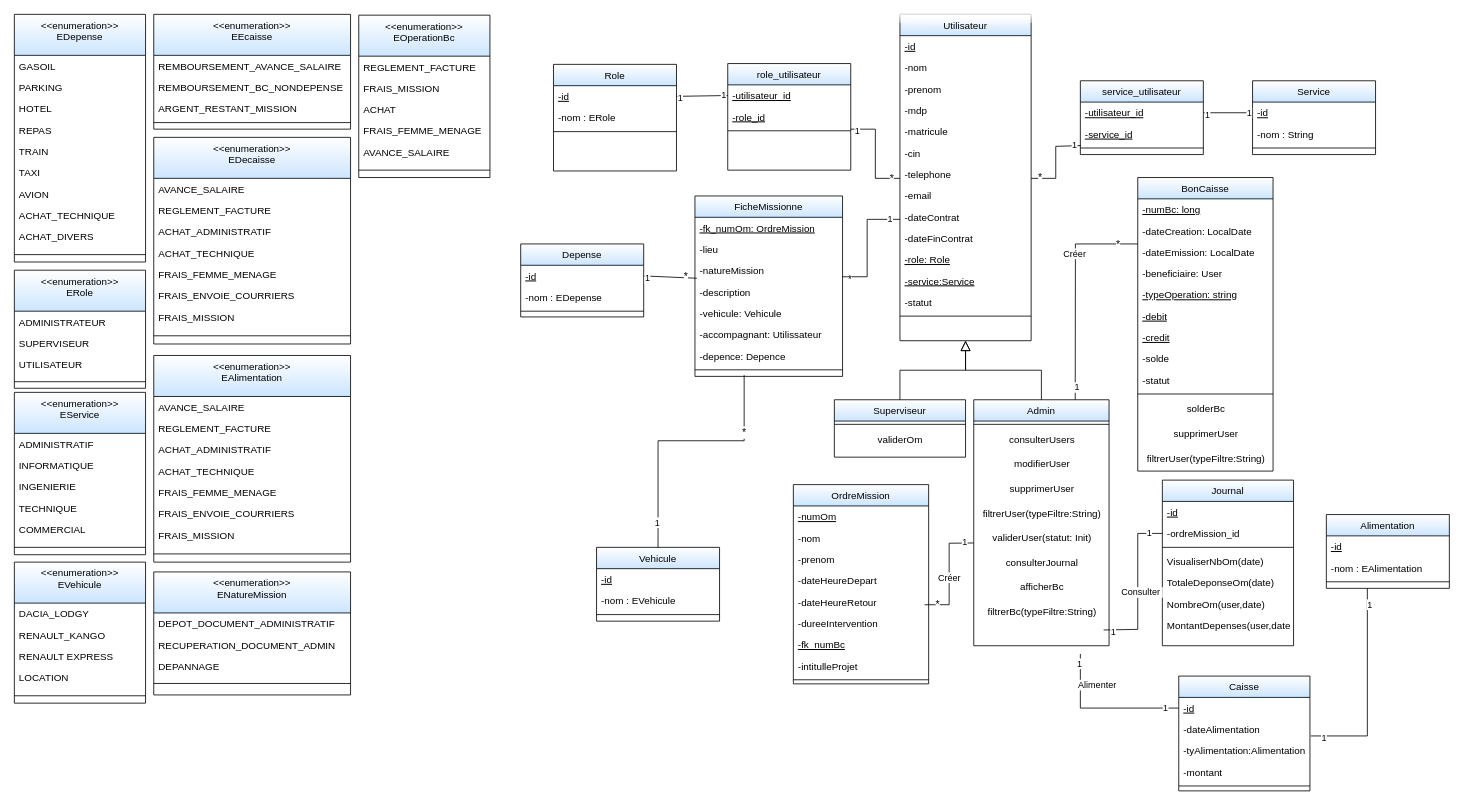
BARIGOU-Imane/Gestion-des-Ordres-de-Mission keeps this draw.io diagram as ClassDiagram.drawio. Above is the earlier version. Source tidied: cells renumbered, new cells numbered last; positions are measured from the earlier drawing's top-left corner, leaving out a move shared by most shapes. Both pictures are drawn from the tidied source at 82%, with x=0, y=0 at pixel (14, 14).
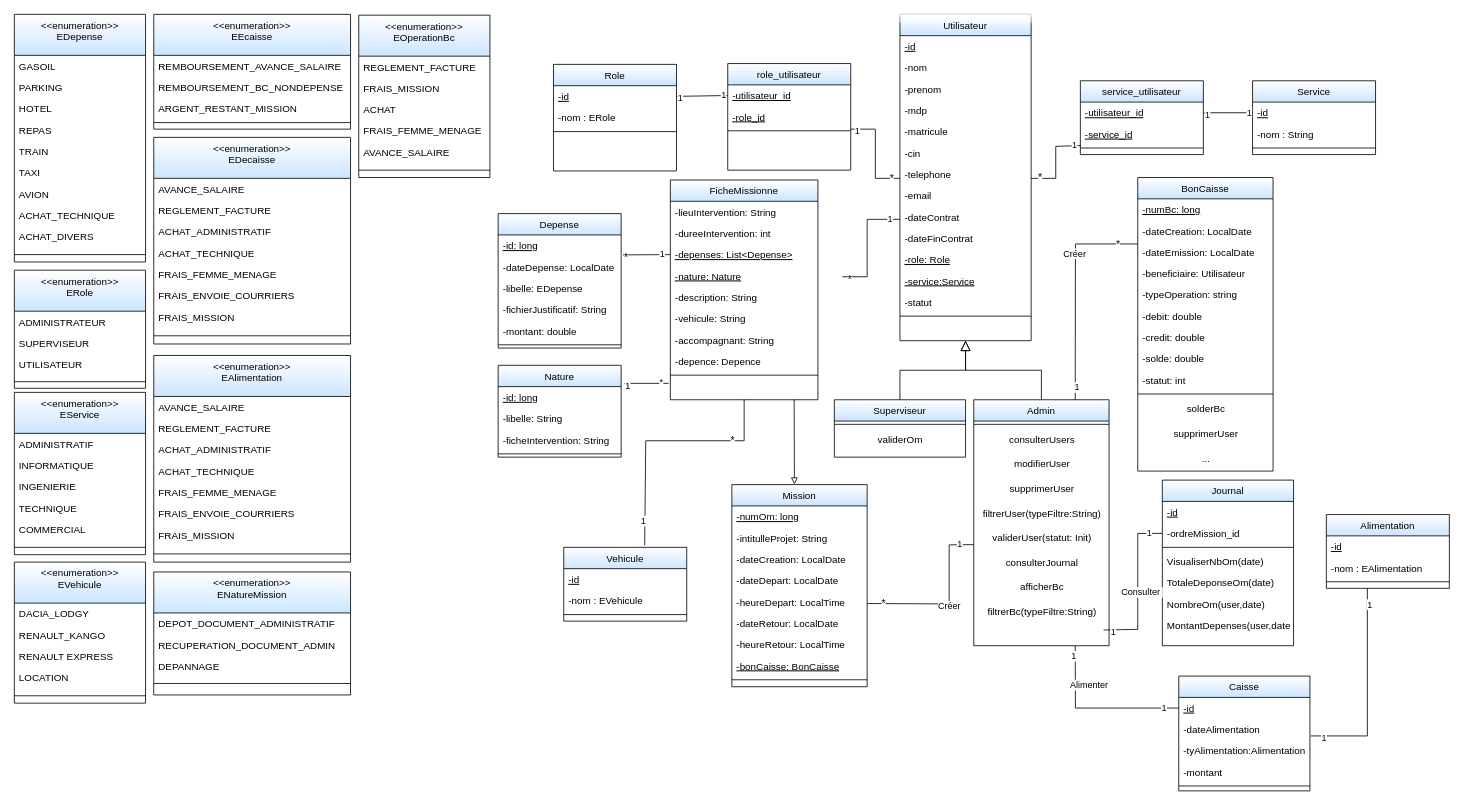
The same page after the edit.

Commit message (it also covers changes not shown here):
Mettre à jour ClassDiagram.drawio

Unchanged cells that the change refers to:
```xml
<mxCell id="22" value="Admin" style="swimlane;fontStyle=0;align=center;verticalAlign=top;horizontal=1;startSize=26;rounded=0;shadow=0;strokeWidth=1;gradientColor=#CCE5FF;" parent="1" vertex="1">
  <mxGeometry x="1170" y="470" width="165" height="300" as="geometry" />
</mxCell>
<mxCell id="28" value="validerUser(statut: Init)" style="text;html=1;align=center;verticalAlign=middle;points=[];strokeColor=none;fillColor=none;" parent="22" vertex="1">
  <mxGeometry y="154" width="165" height="30" as="geometry" />
</mxCell>
<mxCell id="85" value="BonCaisse" style="swimlane;fontStyle=0;align=center;verticalAlign=top;horizontal=1;startSize=26;rounded=0;shadow=0;strokeWidth=1;gradientColor=#CCE5FF;" parent="1" vertex="1">
  <mxGeometry x="1370" y="199" width="165" height="358" as="geometry" />
</mxCell>
<mxCell id="139" value="-id" style="text;align=left;verticalAlign=top;spacingLeft=4;spacingRight=4;overflow=hidden;points=[[0,0.5],[1,0.5]];portConstraint=eastwest;rounded=0;shadow=0;html=0;fontStyle=4;" parent="138" vertex="1">
  <mxGeometry y="26" width="160" height="26" as="geometry" />
</mxCell>
```

Change to the diagram source:
```diff
@@
-    <mxCell id="89" value="-beneficiaire: User" style="text;align=left;verticalAlign=top;spacingLeft=4;spacingRight=4;overflow=hidden;" parent="85" vertex="1">
+    <mxCell id="89" value="-beneficiaire: Utilisateur" style="text;align=left;verticalAlign=top;spacingLeft=4;spacingRight=4;overflow=hidden;" parent="85" vertex="1">
       <mxGeometry y="104" width="165" height="26" as="geometry" />
     </mxCell>
-    <mxCell id="90" value="-typeOperation: string" style="text;align=left;verticalAlign=top;spacingLeft=4;spacingRight=4;overflow=hidden;fontStyle=4;" parent="85" vertex="1">
+    <mxCell id="90" value="-typeOperation: string" style="text;align=left;verticalAlign=top;spacingLeft=4;spacingRight=4;overflow=hidden;fontStyle=0;" parent="85" vertex="1">
       <mxGeometry y="130" width="165" height="26" as="geometry" />
     </mxCell>
-    <mxCell id="91" value="-debit" style="text;align=left;verticalAlign=top;spacingLeft=4;spacingRight=4;overflow=hidden;fontStyle=4;" parent="85" vertex="1">
+    <mxCell id="91" value="-debit: double" style="text;align=left;verticalAlign=top;spacingLeft=4;spacingRight=4;overflow=hidden;fontStyle=0;" parent="85" vertex="1">
       <mxGeometry y="156" width="165" height="26" as="geometry" />
     </mxCell>
-    <mxCell id="92" value="-credit" style="text;align=left;verticalAlign=top;spacingLeft=4;spacingRight=4;overflow=hidden;fontStyle=4;" parent="85" vertex="1">
+    <mxCell id="92" value="-credit: double" style="text;align=left;verticalAlign=top;spacingLeft=4;spacingRight=4;overflow=hidden;fontStyle=0;" parent="85" vertex="1">
       <mxGeometry y="182" width="165" height="26" as="geometry" />
     </mxCell>
-    <mxCell id="93" value="-solde" style="text;align=left;verticalAlign=top;spacingLeft=4;spacingRight=4;overflow=hidden;" parent="85" vertex="1">
+    <mxCell id="93" value="-solde: double" style="text;align=left;verticalAlign=top;spacingLeft=4;spacingRight=4;overflow=hidden;" parent="85" vertex="1">
       <mxGeometry y="208" width="165" height="26" as="geometry" />
     </mxCell>
-    <mxCell id="94" value="-statut" style="text;align=left;verticalAlign=top;spacingLeft=4;spacingRight=4;overflow=hidden;" parent="85" vertex="1">
+    <mxCell id="94" value="-statut: int" style="text;align=left;verticalAlign=top;spacingLeft=4;spacingRight=4;overflow=hidden;" parent="85" vertex="1">
       <mxGeometry y="234" width="165" height="26" as="geometry" />
     </mxCell>
@@
-    <mxCell id="98" value="filtrerUser(typeFiltre:String)" style="text;html=1;align=center;verticalAlign=middle;strokeColor=none;fillColor=none;" parent="85" vertex="1">
+    <mxCell id="98" value="..." style="text;html=1;align=center;verticalAlign=middle;strokeColor=none;fillColor=none;" parent="85" vertex="1">
       <mxGeometry y="328" width="165" height="30" as="geometry" />
     </mxCell>
@@
-    <mxCell id="124" value="OrdreMission" style="swimlane;fontStyle=0;align=center;verticalAlign=top;horizontal=1;startSize=26;rounded=0;shadow=0;strokeWidth=1;gradientColor=#CCE5FF;" parent="1" vertex="1">
-      <mxGeometry x="950" y="573.5" width="165" height="243" as="geometry" />
+    <mxCell id="124" value="Mission" style="swimlane;fontStyle=0;align=center;verticalAlign=top;horizontal=1;startSize=26;rounded=0;shadow=0;strokeWidth=1;gradientColor=#CCE5FF;" parent="1" vertex="1">
+      <mxGeometry x="875" y="573.5" width="165" height="246.5" as="geometry" />
     </mxCell>
-    <mxCell id="125" value="-numOm" style="text;align=left;verticalAlign=top;spacingLeft=4;spacingRight=4;overflow=hidden;fontStyle=4;" parent="124" vertex="1">
+    <mxCell id="125" value="-numOm: long" style="text;align=left;verticalAlign=top;spacingLeft=4;spacingRight=4;overflow=hidden;fontStyle=4;" parent="124" vertex="1">
       <mxGeometry y="26" width="165" height="26" as="geometry" />
     </mxCell>
-    <mxCell id="126" value="-nom" style="text;align=left;verticalAlign=top;spacingLeft=4;spacingRight=4;overflow=hidden;" parent="124" vertex="1">
+    <mxCell id="126" value="-intitulleProjet: String" style="text;align=left;verticalAlign=top;spacingLeft=4;spacingRight=4;overflow=hidden;" parent="124" vertex="1">
       <mxGeometry y="52" width="165" height="26" as="geometry" />
     </mxCell>
-    <mxCell id="127" value="-prenom" style="text;align=left;verticalAlign=top;spacingLeft=4;spacingRight=4;overflow=hidden;" parent="124" vertex="1">
-      <mxGeometry y="78" width="165" height="26" as="geometry" />
-    </mxCell>
+    <mxCell id="212" value="-dateCreation: LocalDate" style="text;align=left;verticalAlign=top;spacingLeft=4;spacingRight=4;overflow=hidden;fontStyle=0;" parent="124" vertex="1">
+      <mxGeometry y="78" width="165" height="26" as="geometry" />
+    </mxCell>
-    <mxCell id="128" value="-dateHeureDepart" style="text;align=left;verticalAlign=top;spacingLeft=4;spacingRight=4;overflow=hidden;fontStyle=0;" parent="124" vertex="1">
+    <mxCell id="128" value="-dateDepart: LocalDate" style="text;align=left;verticalAlign=top;spacingLeft=4;spacingRight=4;overflow=hidden;fontStyle=0;" parent="124" vertex="1">
       <mxGeometry y="104" width="165" height="26" as="geometry" />
     </mxCell>
+    <mxCell id="213" value="-heureDepart: LocalTime" style="text;align=left;verticalAlign=top;spacingLeft=4;spacingRight=4;overflow=hidden;fontStyle=0;" parent="124" vertex="1">
+      <mxGeometry y="130" width="165" height="26" as="geometry" />
+    </mxCell>
-    <mxCell id="129" value="-dateHeureRetour" style="text;align=left;verticalAlign=top;spacingLeft=4;spacingRight=4;overflow=hidden;fontStyle=0;" parent="124" vertex="1">
-      <mxGeometry y="130" width="165" height="26" as="geometry" />
+    <mxCell id="129" value="-dateRetour: LocalDate" style="text;align=left;verticalAlign=top;spacingLeft=4;spacingRight=4;overflow=hidden;fontStyle=0;" parent="124" vertex="1">
+      <mxGeometry y="156" width="165" height="26" as="geometry" />
     </mxCell>
-    <mxCell id="130" value="-dureeIntervention" style="text;align=left;verticalAlign=top;spacingLeft=4;spacingRight=4;overflow=hidden;fontStyle=0;" parent="124" vertex="1">
-      <mxGeometry y="156" width="165" height="26" as="geometry" />
-    </mxCell>
+    <mxCell id="214" value="-heureRetour: LocalTime" style="text;align=left;verticalAlign=top;spacingLeft=4;spacingRight=4;overflow=hidden;fontStyle=0;" parent="124" vertex="1">
+      <mxGeometry y="182" width="165" height="26" as="geometry" />
+    </mxCell>
-    <mxCell id="131" value="-fk_numBc" style="text;align=left;verticalAlign=top;spacingLeft=4;spacingRight=4;overflow=hidden;fontStyle=4;" parent="124" vertex="1">
-      <mxGeometry y="182" width="165" height="26" as="geometry" />
+    <mxCell id="131" value="-bonCaisse: BonCaisse" style="text;align=left;verticalAlign=top;spacingLeft=4;spacingRight=4;overflow=hidden;fontStyle=4;" parent="124" vertex="1">
+      <mxGeometry y="208" width="165" height="26" as="geometry" />
     </mxCell>
-    <mxCell id="132" value="-intitulleProjet" style="text;align=left;verticalAlign=top;spacingLeft=4;spacingRight=4;overflow=hidden;fontStyle=0;" parent="124" vertex="1">
-      <mxGeometry y="208" width="165" height="26" as="geometry" />
-    </mxCell>
@@
-    <mxCell id="134" style="endArrow=none;html=1;rounded=0;entryX=-0.002;entryY=0.689;entryDx=0;entryDy=0;entryPerimeter=0;" parent="1" edge="1" target="28">
+    <mxCell id="134" style="endArrow=none;html=1;rounded=0;entryX=-0.002;entryY=0.689;entryDx=0;entryDy=0;entryPerimeter=0;exitX=1;exitY=0.5;exitDx=0;exitDy=0;" parent="1" edge="1">
       <mxGeometry relative="1" as="geometry">
-        <mxPoint x="1110" y="720" as="sourcePoint" />
+        <mxPoint x="1040" y="718.5" as="sourcePoint" />
+        <mxPoint x="1169.7" y="646.7" as="targetPoint" />
         <Array as="points">
-          <mxPoint x="1140" y="720" />
-          <mxPoint x="1140" y="645" />
+          <mxPoint x="1140" y="719" />
+          <mxPoint x="1140" y="647" />
         </Array>
       </mxGeometry>
     </mxCell>
@@
-    <mxCell id="144" style="endArrow=none;html=1;rounded=0;entryX=0;entryY=0.5;entryDx=0;entryDy=0;" parent="1" edge="1" target="139">
+    <mxCell id="144" style="endArrow=none;html=1;rounded=0;entryX=0;entryY=0.5;entryDx=0;entryDy=0;exitX=0.75;exitY=1;exitDx=0;exitDy=0;" parent="1" edge="1" source="22" target="139">
       <mxGeometry relative="1" as="geometry">
-        <mxPoint x="1300" y="780" as="sourcePoint" />
         <Array as="points">
-          <mxPoint x="1300" y="846" />
+          <mxPoint x="1294" y="846" />
         </Array>
       </mxGeometry>
     </mxCell>
@@
     <mxCell id="164" value="FicheMissionne" style="swimlane;fontStyle=0;align=center;verticalAlign=top;horizontal=1;startSize=26;rounded=0;shadow=0;strokeWidth=1;gradientColor=#CCE5FF;" parent="1" vertex="1">
-      <mxGeometry x="830" y="221.5" width="180" height="220" as="geometry" />
+      <mxGeometry x="800" y="202" width="180" height="268" as="geometry" />
     </mxCell>
-    <mxCell id="165" value="-fk_numOm: OrdreMission" style="text;align=left;verticalAlign=top;spacingLeft=4;spacingRight=4;overflow=hidden;fontStyle=4;" parent="164" vertex="1">
-      <mxGeometry y="26" width="180" height="26" as="geometry" />
-    </mxCell>
-    <mxCell id="166" value="-lieu" style="text;align=left;verticalAlign=top;spacingLeft=4;spacingRight=4;overflow=hidden;" parent="164" vertex="1">
-      <mxGeometry y="52" width="180" height="26" as="geometry" />
-    </mxCell>
-    <mxCell id="167" value="-natureMission" style="text;align=left;verticalAlign=top;spacingLeft=4;spacingRight=4;overflow=hidden;" parent="164" vertex="1">
-      <mxGeometry y="78" width="180" height="26" as="geometry" />
-    </mxCell>
+    <mxCell id="215" value="-lieuIntervention: String" style="text;align=left;verticalAlign=top;spacingLeft=4;spacingRight=4;overflow=hidden;fontStyle=0;" parent="164" vertex="1">
+      <mxGeometry y="26" width="180" height="26" as="geometry" />
+    </mxCell>
+    <mxCell id="216" value="-dureeIntervention: int" style="text;align=left;verticalAlign=top;spacingLeft=4;spacingRight=4;overflow=hidden;fontStyle=0;" parent="164" vertex="1">
+      <mxGeometry y="52" width="180" height="26" as="geometry" />
+    </mxCell>
+    <mxCell id="217" value="-depenses: List&lt;Depense&gt;" style="text;align=left;verticalAlign=top;spacingLeft=4;spacingRight=4;overflow=hidden;points=[[0,0.5],[1,0.5]];portConstraint=eastwest;fontStyle=4;" parent="164" vertex="1">
+      <mxGeometry y="78" width="180" height="26" as="geometry" />
+    </mxCell>
+    <mxCell id="218" value="-nature: Nature" style="text;align=left;verticalAlign=top;spacingLeft=4;spacingRight=4;overflow=hidden;fontStyle=4;" parent="164" vertex="1">
+      <mxGeometry y="104" width="180" height="26" as="geometry" />
+    </mxCell>
-    <mxCell id="168" value="-description" style="text;align=left;verticalAlign=top;spacingLeft=4;spacingRight=4;overflow=hidden;points=[[0,0.5],[1,0.5]];portConstraint=eastwest;fontStyle=0;" parent="164" vertex="1">
-      <mxGeometry y="104" width="180" height="26" as="geometry" />
+    <mxCell id="168" value="-description: String" style="text;align=left;verticalAlign=top;spacingLeft=4;spacingRight=4;overflow=hidden;points=[[0,0.5],[1,0.5]];portConstraint=eastwest;fontStyle=0;" parent="164" vertex="1">
+      <mxGeometry y="130" width="180" height="26" as="geometry" />
     </mxCell>
-    <mxCell id="169" value="-vehicule: Vehicule" style="text;align=left;verticalAlign=top;spacingLeft=4;spacingRight=4;overflow=hidden;fontStyle=0;" parent="164" vertex="1">
-      <mxGeometry y="130" width="180" height="26" as="geometry" />
+    <mxCell id="169" value="-vehicule: String" style="text;align=left;verticalAlign=top;spacingLeft=4;spacingRight=4;overflow=hidden;fontStyle=0;" parent="164" vertex="1">
+      <mxGeometry y="156" width="180" height="26" as="geometry" />
     </mxCell>
-    <mxCell id="170" value="-accompagnant: Utilissateur" style="text;align=left;verticalAlign=top;spacingLeft=4;spacingRight=4;overflow=hidden;fontStyle=0;" parent="164" vertex="1">
-      <mxGeometry y="156" width="180" height="26" as="geometry" />
+    <mxCell id="170" value="-accompagnant: String" style="text;align=left;verticalAlign=top;spacingLeft=4;spacingRight=4;overflow=hidden;fontStyle=0;" parent="164" vertex="1">
+      <mxGeometry y="182" width="180" height="26" as="geometry" />
     </mxCell>
     <mxCell id="171" value="-depence: Depence" style="text;align=left;verticalAlign=top;spacingLeft=4;spacingRight=4;overflow=hidden;fontStyle=0;" parent="164" vertex="1">
-      <mxGeometry y="182" width="180" height="26" as="geometry" />
+      <mxGeometry y="208" width="180" height="26" as="geometry" />
     </mxCell>
     <mxCell id="172" style="line;html=1;strokeWidth=1;align=left;verticalAlign=middle;spacingTop=-1;spacingLeft=3;spacingRight=3;labelPosition=right;" parent="164" vertex="1">
-      <mxGeometry y="208" width="180" height="8" as="geometry" />
+      <mxGeometry y="234" width="180" height="8" as="geometry" />
     </mxCell>
     <mxCell id="173" value="Vehicule" style="swimlane;fontStyle=0;align=center;verticalAlign=top;horizontal=1;startSize=26;rounded=0;shadow=0;strokeWidth=1;gradientColor=#CCE5FF;" parent="1" vertex="1">
-      <mxGeometry x="710" y="650" width="150" height="90" as="geometry" />
+      <mxGeometry x="670" y="650" width="150" height="90" as="geometry" />
     </mxCell>
@@
-    <mxCell id="177" style="endArrow=none;html=1;rounded=0;entryX=0.5;entryY=0;entryDx=0;entryDy=0;" parent="1" edge="1" target="173">
+    <mxCell id="177" style="endArrow=none;html=1;rounded=0;entryX=0.658;entryY=-0.028;entryDx=0;entryDy=0;exitX=0.5;exitY=1;exitDx=0;exitDy=0;entryPerimeter=0;" parent="1" edge="1" source="164" target="173">
       <mxGeometry relative="1" as="geometry">
-        <mxPoint x="890" y="440" as="sourcePoint" />
         <Array as="points">
           <mxPoint x="890" y="520" />
-          <mxPoint x="785" y="520" />
+          <mxPoint x="770" y="520" />
         </Array>
       </mxGeometry>
     </mxCell>
@@
-    <mxCell id="186" value="Depense" style="swimlane;fontStyle=0;align=center;verticalAlign=top;horizontal=1;startSize=26;rounded=0;shadow=0;strokeWidth=1;gradientColor=#CCE5FF;" parent="1" vertex="1">
-      <mxGeometry x="617.5" y="280" width="150" height="89" as="geometry" />
-    </mxCell>
-    <mxCell id="187" value="-id" style="text;align=left;verticalAlign=top;spacingLeft=4;spacingRight=4;overflow=hidden;points=[[0,0.5],[1,0.5]];portConstraint=eastwest;fontStyle=4;" parent="186" vertex="1">
-      <mxGeometry y="26" width="150" height="26" as="geometry" />
-    </mxCell>
-    <mxCell id="188" value="-nom : EDepense" style="text;align=left;verticalAlign=top;spacingLeft=4;spacingRight=4;overflow=hidden;rounded=0;shadow=0;html=0;" parent="186" vertex="1">
-      <mxGeometry y="52" width="150" height="26" as="geometry" />
-    </mxCell>
-    <mxCell id="189" style="line;html=1;strokeWidth=1;align=left;verticalAlign=middle;spacingTop=-1;spacingLeft=3;spacingRight=3;labelPosition=right;" parent="186" vertex="1">
-      <mxGeometry y="78" width="150" height="8" as="geometry" />
-    </mxCell>
-    <mxCell id="190" style="endArrow=none;html=1;rounded=0;exitX=1;exitY=0.5;exitDx=0;exitDy=0;entryX=0.013;entryY=-0.141;entryDx=0;entryDy=0;entryPerimeter=0;" parent="1" edge="1" source="187" target="168">
-      <mxGeometry relative="1" as="geometry" />
-    </mxCell>
-    <mxCell id="191" value="1" style="edgeLabel;html=1;align=center;verticalAlign=middle;" parent="190" vertex="1">
-      <mxGeometry x="-0.88" y="-2" relative="1" as="geometry" />
-    </mxCell>
-    <mxCell id="192" value="&lt;font style=&quot;font-size: 13px;&quot;&gt;*&lt;/font&gt;" style="edgeLabel;html=1;align=center;verticalAlign=middle;" parent="190" vertex="1">
-      <mxGeometry x="0.24" y="2" relative="1" as="geometry">
-        <mxPoint x="11" as="offset" />
-      </mxGeometry>
-    </mxCell>
@@
+    <mxCell id="219" style="edgeStyle=orthogonalEdgeStyle;rounded=0;orthogonalLoop=1;jettySize=auto;html=1;entryX=0.202;entryY=-0.001;entryDx=0;entryDy=0;entryPerimeter=0;endArrow=block;endFill=0;" parent="1" edge="1">
+      <mxGeometry relative="1" as="geometry">
+        <mxPoint x="951" y="470" as="sourcePoint" />
+        <mxPoint x="951.3" y="573.3" as="targetPoint" />
+        <Array as="points">
+          <mxPoint x="951" y="480" />
+          <mxPoint x="951" y="480" />
+        </Array>
+      </mxGeometry>
+    </mxCell>
+    <mxCell id="220" style="endArrow=none;html=1;rounded=0;entryX=0;entryY=0.5;entryDx=0;entryDy=0;exitX=1.015;exitY=-0.063;exitDx=0;exitDy=0;exitPerimeter=0;" parent="1" edge="1" source="223" target="217">
+      <mxGeometry relative="1" as="geometry" />
+    </mxCell>
+    <mxCell id="221" value="*" style="edgeLabel;html=1;align=center;verticalAlign=middle;fontSize=14;" parent="220" vertex="1">
+      <mxGeometry x="-0.88" y="-2" relative="1" as="geometry" />
+    </mxCell>
+    <mxCell id="191" value="1" style="edgeLabel;html=1;align=center;verticalAlign=middle;" parent="220" vertex="1">
+      <mxGeometry x="0.24" y="2" relative="1" as="geometry">
+        <mxPoint x="11" as="offset" />
+      </mxGeometry>
+    </mxCell>
+    <mxCell id="186" value="Depense" style="swimlane;fontStyle=0;align=center;verticalAlign=top;horizontal=1;startSize=26;rounded=0;shadow=0;strokeWidth=1;gradientColor=#CCE5FF;" parent="1" vertex="1">
+      <mxGeometry x="590" y="243" width="150" height="164" as="geometry" />
+    </mxCell>
+    <mxCell id="222" value="-id: long" style="text;align=left;verticalAlign=top;spacingLeft=4;spacingRight=4;overflow=hidden;fontStyle=4;" parent="186" vertex="1">
+      <mxGeometry y="26" width="150" height="26" as="geometry" />
+    </mxCell>
+    <mxCell id="223" value="-dateDepense: LocalDate" style="text;align=left;verticalAlign=top;spacingLeft=4;spacingRight=4;overflow=hidden;points=[[0,0.5],[1,0.5]];portConstraint=eastwest;rounded=0;shadow=0;html=0;" parent="186" vertex="1">
+      <mxGeometry y="52" width="150" height="26" as="geometry" />
+    </mxCell>
+    <mxCell id="224" value="-libelle: EDepense" style="text;align=left;verticalAlign=top;spacingLeft=4;spacingRight=4;overflow=hidden;rounded=0;shadow=0;html=0;" parent="186" vertex="1">
+      <mxGeometry y="78" width="150" height="26" as="geometry" />
+    </mxCell>
+    <mxCell id="225" value="-fichierJustificatif: String" style="text;align=left;verticalAlign=top;spacingLeft=4;spacingRight=4;overflow=hidden;rounded=0;shadow=0;html=0;" parent="186" vertex="1">
+      <mxGeometry y="104" width="150" height="26" as="geometry" />
+    </mxCell>
+    <mxCell id="226" value="-montant: double" style="text;align=left;verticalAlign=top;spacingLeft=4;spacingRight=4;overflow=hidden;rounded=0;shadow=0;html=0;" parent="186" vertex="1">
+      <mxGeometry y="130" width="150" height="26" as="geometry" />
+    </mxCell>
+    <mxCell id="227" style="line;html=1;strokeWidth=1;align=left;verticalAlign=middle;spacingTop=-1;spacingLeft=3;spacingRight=3;labelPosition=right;" parent="186" vertex="1">
+      <mxGeometry y="156" width="150" height="8" as="geometry" />
+    </mxCell>
+    <mxCell id="228" value="Nature" style="swimlane;fontStyle=0;align=center;verticalAlign=top;horizontal=1;startSize=26;rounded=0;shadow=0;strokeWidth=1;gradientColor=#CCE5FF;" parent="1" vertex="1">
+      <mxGeometry x="590" y="428" width="150" height="112" as="geometry" />
+    </mxCell>
+    <mxCell id="229" value="-id: long" style="text;align=left;verticalAlign=top;spacingLeft=4;spacingRight=4;overflow=hidden;fontStyle=4;" parent="228" vertex="1">
+      <mxGeometry y="26" width="150" height="26" as="geometry" />
+    </mxCell>
+    <mxCell id="230" value="-libelle: String" style="text;align=left;verticalAlign=top;spacingLeft=4;spacingRight=4;overflow=hidden;rounded=0;shadow=0;html=0;" parent="228" vertex="1">
+      <mxGeometry y="52" width="150" height="26" as="geometry" />
+    </mxCell>
+    <mxCell id="231" value="-ficheIntervention: String" style="text;align=left;verticalAlign=top;spacingLeft=4;spacingRight=4;overflow=hidden;rounded=0;shadow=0;html=0;" parent="228" vertex="1">
+      <mxGeometry y="78" width="150" height="26" as="geometry" />
+    </mxCell>
+    <mxCell id="232" style="line;html=1;strokeWidth=1;align=left;verticalAlign=middle;spacingTop=-1;spacingLeft=3;spacingRight=3;labelPosition=right;" parent="228" vertex="1">
+      <mxGeometry y="104" width="150" height="8" as="geometry" />
+    </mxCell>
+    <mxCell id="233" style="endArrow=none;html=1;rounded=0;" parent="1" edge="1">
+      <mxGeometry relative="1" as="geometry">
+        <mxPoint x="744" y="450" as="sourcePoint" />
+        <mxPoint x="798" y="450" as="targetPoint" />
+      </mxGeometry>
+    </mxCell>
+    <mxCell id="234" value="1" style="edgeLabel;html=1;align=center;verticalAlign=middle;fontSize=12;" parent="233" vertex="1">
+      <mxGeometry x="-0.88" y="-2" relative="1" as="geometry" />
+    </mxCell>
+    <mxCell id="235" value="*" style="edgeLabel;html=1;align=center;verticalAlign=middle;" parent="233" vertex="1">
+      <mxGeometry x="0.24" y="2" relative="1" as="geometry">
+        <mxPoint x="11" as="offset" />
+      </mxGeometry>
+    </mxCell>
```
